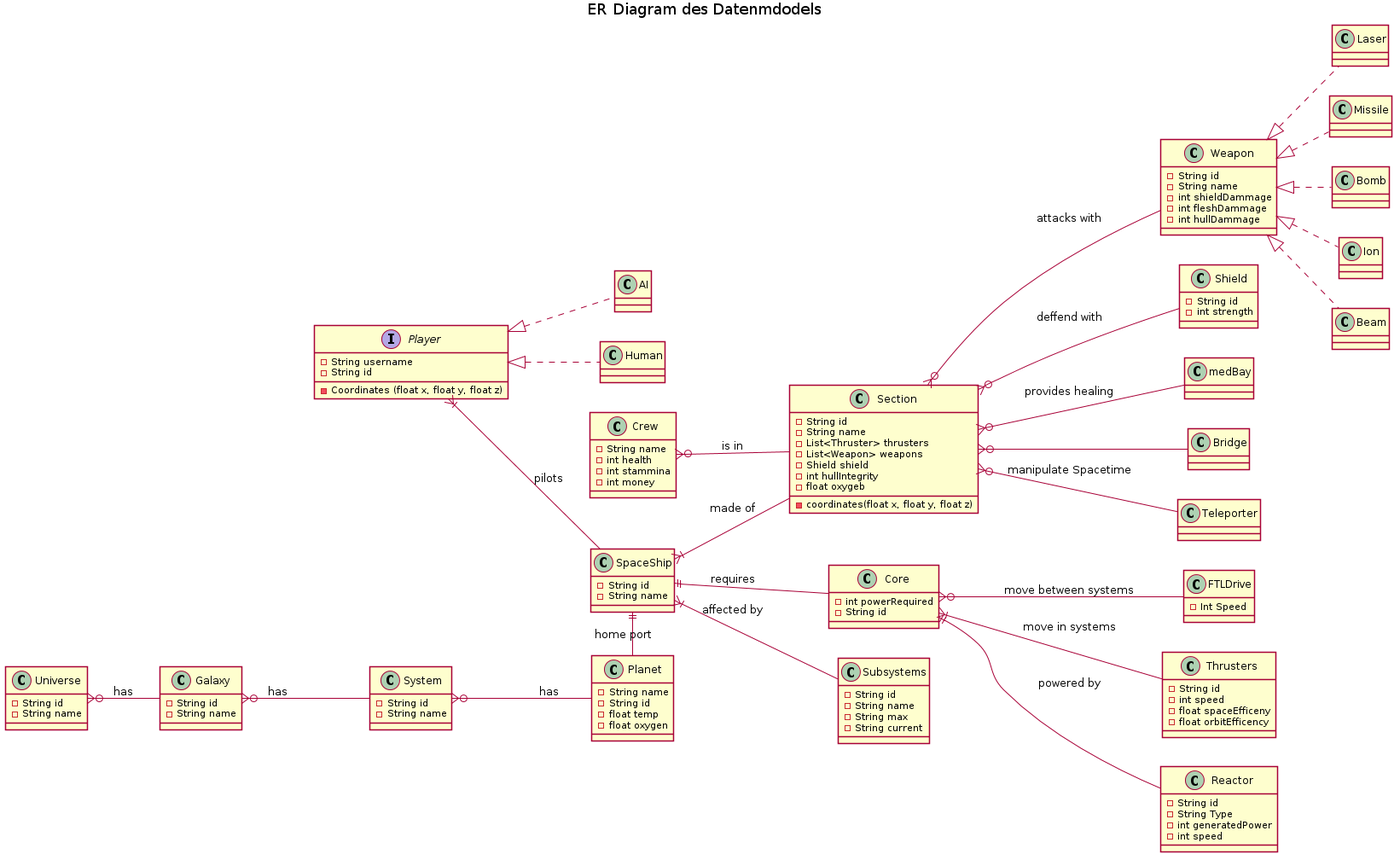
Earlier version of the PlantUML export docs/ERDiagram.png (ksreyr/SpaceStudio).
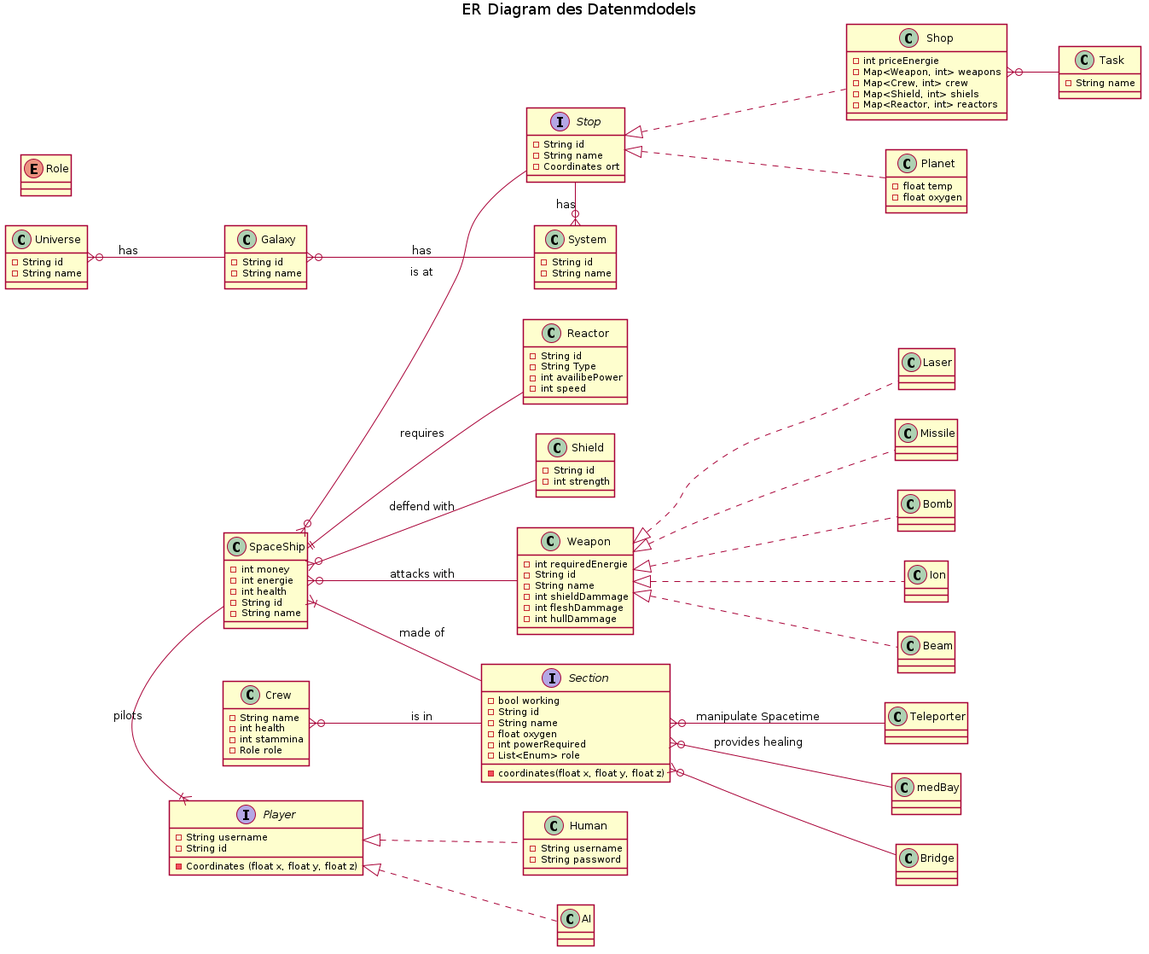
Above is the later version.

Diff of the diagram source:
```diff
@@ -3,32 +3,31 @@
 left to right direction
 skinparam shadowing false
 
+enum Role
+
 class SpaceShip {
+  - int money
+  - int energie
+  - int health
   - String id
   - String name
 }
 
-class Core {
-  - int powerRequired
-  - String id
-}
 
 class Reactor {
   - String id
   - String Type
-  - int generatedPower
+  - int availibePower
   - int speed
 }
 
-class FTLDrive {
-  - Int Speed
-}
 
-class Subsystems {
-  - String id
-  - String name
-  - String max
-  - String current
+class Shop {
+  - int priceEnergie
+  - Map<Weapon, int> weapons
+  - Map<Crew, int> crew
+  - Map<Shield, int> shiels
+  - Map<Reactor, int> reactors
 }
 
 class Shield {
@@ -36,29 +35,23 @@
    - int strength
 }
 
-class Section {
+interface Section {
+  - bool working
   - String id
   - String name
-  - List<Thruster> thrusters
-  - List<Weapon> weapons
-  - Shield shield
-  - int hullIntegrity
-  - float oxygeb
+  - float oxygen
   - coordinates(float x, float y, float z)
+  - int powerRequired
+  - List<Enum> role
 }
 
 class medBay
 class Bridge
 class Teleporter
 
-class Thrusters {
-  - String id
-  - int speed
-  - float spaceEfficeny
-  - float orbitEfficency
-}
 
 class Weapon {
+  - int requiredEnergie
   - String id
   - String name
   - int shieldDammage
@@ -77,10 +70,9 @@
   - String name
   - int health
   - int stammina
-  - int money
+  - Role role
 
 }
-
 
 
 interface Player {
@@ -91,7 +83,10 @@
 
 class AI
 
-class Human
+class Human {
+   - String username
+   - String password
+}
 
 class Universe {
    - String id
@@ -109,32 +104,42 @@
 }
 
 class Planet {
-   - String name
-   - String id
    - float temp
    - float oxygen
+}
+
+interface Stop {
+   - String id
+   - String name
+   - Coordinates ort
+}
+
+class Task {
+  - String name
 }
 
 
 Universe }o-- Galaxy: has
 Galaxy }o-- System: has
-System }o-- Planet: has
-SpaceShip ||-right- Planet : home port
+System }o-left- Stop: has
 
-Player }|-- SpaceShip: pilots
+Stop <|.. Planet
+Stop <|.. Shop
+
+Shop }o-- Task
+
+SpaceShip }o-- Stop : is at
+
+Player }|-left- SpaceShip: pilots
 Player <|.. AI
 Player <|.. Human
 
-SpaceShip }|-- Subsystems: affected by
 SpaceShip }|-- Section: made of
-SpaceShip ||-- Core: requires
+SpaceShip ||-- Reactor: requires
+SpaceShip }o-- Shield: deffend with
+SpaceShip }o-- Weapon: attacks with
 
-Core }|-- Thrusters: move in systems
-Core }o-- FTLDrive: move between systems
-Core ||-- Reactor: powered by
 
-Section }o-- Weapon: attacks with
-Section }o-- Shield: deffend with
 Section }o-- medBay: provides healing
 Section }o-- Bridge
 Section }o-- Teleporter: manipulate Spacetime
```
